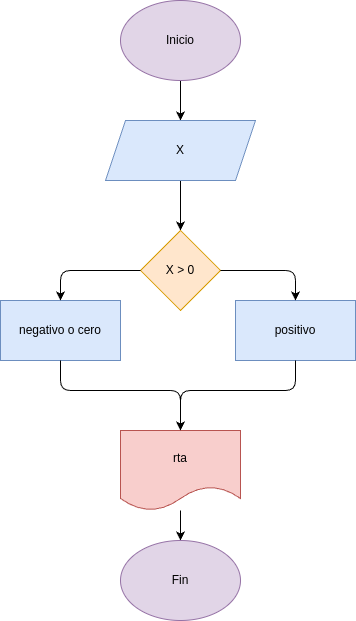
Above: EJERCICIO_1/diagrama.png in michaelmorales-web/taller_condicionales (draw.io), before the change. Source tidied: cells renumbered, new cells last; positions are measured from the earlier drawing's top-left corner, leaving out a move shared by most shapes. The source it was exported from:
```xml
<mxGraphModel>
  <root>
    <mxCell id="0" />
    <mxCell id="1" parent="0" />
    <mxCell id="2" style="edgeStyle=none;html=1;" parent="1" edge="1" source="3" target="5">
      <mxGeometry relative="1" as="geometry" />
    </mxCell>
    <mxCell id="3" value="Inicio" style="ellipse;whiteSpace=wrap;html=1;fillColor=#e1d5e7;strokeColor=#9673a6;" parent="1" vertex="1">
      <mxGeometry x="120" width="120" height="80" as="geometry" />
    </mxCell>
    <mxCell id="4" style="edgeStyle=none;html=1;" parent="1" edge="1" source="5" target="6">
      <mxGeometry relative="1" as="geometry" />
    </mxCell>
    <mxCell id="5" value="X" style="shape=parallelogram;perimeter=parallelogramPerimeter;whiteSpace=wrap;html=1;fixedSize=1;fillColor=#dae8fc;strokeColor=#6c8ebf;" parent="1" vertex="1">
      <mxGeometry x="105" y="120" width="150" height="60" as="geometry" />
    </mxCell>
    <mxCell id="6" value="X &amp;gt; 0" style="rhombus;whiteSpace=wrap;html=1;fillColor=#ffe6cc;strokeColor=#d79b00;" parent="1" vertex="1">
      <mxGeometry x="140" y="230" width="80" height="80" as="geometry" />
    </mxCell>
    <mxCell id="7" value="positivo" style="rounded=0;whiteSpace=wrap;html=1;fillColor=#dae8fc;strokeColor=#6c8ebf;" parent="1" vertex="1">
      <mxGeometry x="235" y="300" width="120" height="60" as="geometry" />
    </mxCell>
    <mxCell id="8" value="negativo o cero" style="rounded=0;whiteSpace=wrap;html=1;fillColor=#dae8fc;strokeColor=#6c8ebf;" parent="1" vertex="1">
      <mxGeometry y="300" width="120" height="60" as="geometry" />
    </mxCell>
    <mxCell id="9" style="endArrow=classic;html=1;exitX=0;exitY=0.5;exitDx=0;exitDy=0;entryX=0.5;entryY=0;entryDx=0;entryDy=0;" parent="1" edge="1" source="6" target="8">
      <mxGeometry relative="1" as="geometry">
        <Array as="points">
          <mxPoint x="60" y="270" />
        </Array>
      </mxGeometry>
    </mxCell>
    <mxCell id="10" style="endArrow=classic;html=1;exitX=1;exitY=0.5;exitDx=0;exitDy=0;entryX=0.5;entryY=0;entryDx=0;entryDy=0;" parent="1" edge="1" source="6" target="7">
      <mxGeometry relative="1" as="geometry">
        <Array as="points">
          <mxPoint x="295" y="270" />
        </Array>
      </mxGeometry>
    </mxCell>
    <mxCell id="11" style="edgeStyle=none;html=1;entryX=0.5;entryY=0;entryDx=0;entryDy=0;" parent="1" edge="1" source="12" target="15">
      <mxGeometry relative="1" as="geometry" />
    </mxCell>
    <mxCell id="12" value="rta" style="shape=document;whiteSpace=wrap;html=1;boundedLbl=1;fillColor=#f8cecc;strokeColor=#b85450;" parent="1" vertex="1">
      <mxGeometry x="120" y="430" width="120" height="80" as="geometry" />
    </mxCell>
    <mxCell id="13" style="endArrow=classic;html=1;exitX=0.5;exitY=1;exitDx=0;exitDy=0;entryX=0.5;entryY=0;entryDx=0;entryDy=0;" parent="1" edge="1" source="8" target="12">
      <mxGeometry relative="1" as="geometry">
        <Array as="points">
          <mxPoint x="60" y="390" />
          <mxPoint x="180" y="390" />
        </Array>
      </mxGeometry>
    </mxCell>
    <mxCell id="14" style="endArrow=classic;html=1;entryX=0.5;entryY=0;entryDx=0;entryDy=0;exitX=0.5;exitY=1;exitDx=0;exitDy=0;" parent="1" edge="1" source="7" target="12">
      <mxGeometry relative="1" as="geometry">
        <Array as="points">
          <mxPoint x="295" y="390" />
          <mxPoint x="180" y="390" />
        </Array>
      </mxGeometry>
    </mxCell>
    <mxCell id="15" value="Fin" style="ellipse;whiteSpace=wrap;html=1;fillColor=#e1d5e7;strokeColor=#9673a6;" parent="1" vertex="1">
      <mxGeometry x="120" y="540" width="120" height="80" as="geometry" />
    </mxCell>
  </root>
</mxGraphModel>
```
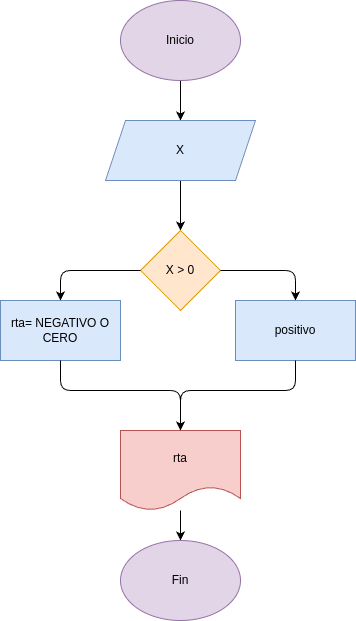
Later version of the same file.

What changed in the source:
```diff
@@ -20,7 +20,7 @@
     <mxCell id="7" value="positivo" style="rounded=0;whiteSpace=wrap;html=1;fillColor=#dae8fc;strokeColor=#6c8ebf;" parent="1" vertex="1">
       <mxGeometry x="235" y="300" width="120" height="60" as="geometry" />
     </mxCell>
-    <mxCell id="8" value="negativo o cero" style="rounded=0;whiteSpace=wrap;html=1;fillColor=#dae8fc;strokeColor=#6c8ebf;" parent="1" vertex="1">
+    <mxCell id="8" value="rta= NEGATIVO O CERO" style="rounded=0;whiteSpace=wrap;html=1;fillColor=#dae8fc;strokeColor=#6c8ebf;" parent="1" vertex="1">
       <mxGeometry y="300" width="120" height="60" as="geometry" />
     </mxCell>
     <mxCell id="9" style="endArrow=classic;html=1;exitX=0;exitY=0.5;exitDx=0;exitDy=0;entryX=0.5;entryY=0;entryDx=0;entryDy=0;" parent="1" edge="1" source="6" target="8">
```
